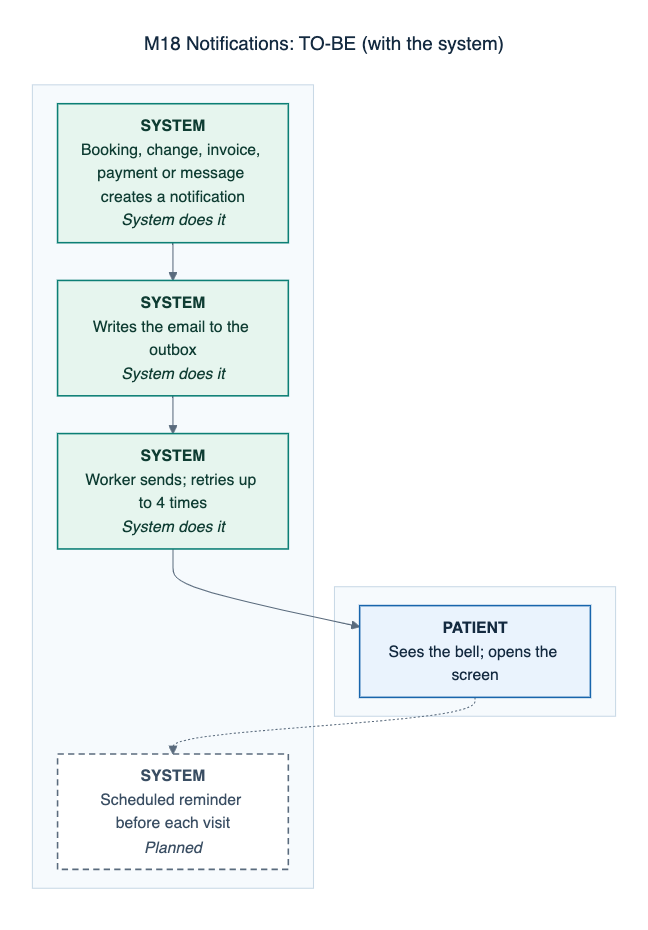
Earlier version of the Mermaid export docs/defense/diagrams/png/M18-notifications-to-be.png (0phem/multibranch-dental-clinic). Its source is kept beside it as docs/defense/diagrams/M18-notifications-to-be.mmd. The source it was exported from:
```mermaid
---
title: "M18 Notifications: TO-BE (with the system)"
---
flowchart TB
    subgraph L0[" "]
    direction LR
      S3["<b>PATIENT</b><br/>Sees the bell; opens the screen"]:::manual
    end
    subgraph L4[" "]
    direction LR
      S0["<b>SYSTEM</b><br/>Booking, change, invoice, payment or message creates a notification<br/><i>System does it</i>"]:::auto
      S1["<b>SYSTEM</b><br/>Writes the email to the outbox<br/><i>System does it</i>"]:::auto
      S2["<b>SYSTEM</b><br/>Worker sends; retries up to 4 times<br/><i>System does it</i>"]:::auto
      S4["<b>SYSTEM</b><br/>Scheduled reminder before each visit<br/><i>Planned</i>"]:::planned
    end
    S0 --> S1
    S1 --> S2
    S2 --> S3
    S3 -.-> S4
    classDef cited fill:#eaf3fd,stroke:#1865ac,color:#142a40,stroke-width:1.5px
    classDef confirm fill:#fffaf0,stroke:#b26a00,color:#5e3c00,stroke-width:1.5px,stroke-dasharray:6 4
    classDef auto fill:#e6f5ee,stroke:#0c7f75,color:#0f3d33,stroke-width:1.5px
    classDef manual fill:#eaf3fd,stroke:#1865ac,color:#142a40,stroke-width:1.5px
    classDef mock fill:#f3f5f7,stroke:#5a6b7d,color:#3a4e63,stroke-width:1.5px,stroke-dasharray:3 3
    classDef planned fill:#ffffff,stroke:#5a6b7d,color:#3a4e63,stroke-width:1.5px,stroke-dasharray:6 4
```
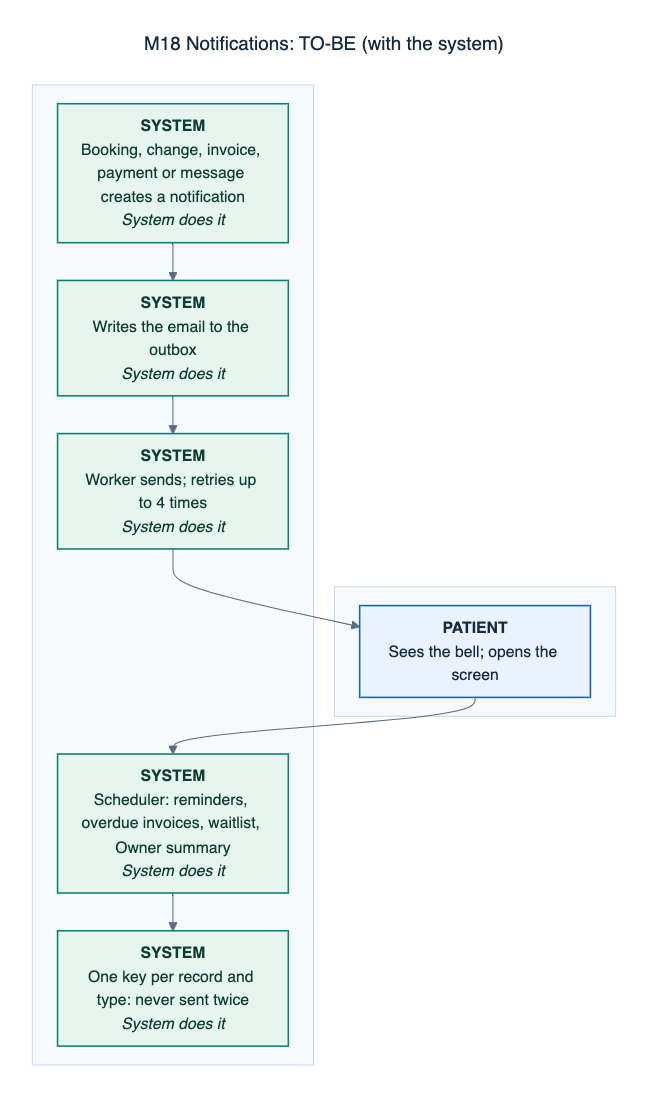
After the change.

What changed in the source:
```diff
@@ -11,12 +11,14 @@
       S0["<b>SYSTEM</b><br/>Booking, change, invoice, payment or message creates a notification<br/><i>System does it</i>"]:::auto
       S1["<b>SYSTEM</b><br/>Writes the email to the outbox<br/><i>System does it</i>"]:::auto
       S2["<b>SYSTEM</b><br/>Worker sends; retries up to 4 times<br/><i>System does it</i>"]:::auto
-      S4["<b>SYSTEM</b><br/>Scheduled reminder before each visit<br/><i>Planned</i>"]:::planned
+      S4["<b>SYSTEM</b><br/>Scheduler: reminders, overdue invoices, waitlist, Owner summary<br/><i>System does it</i>"]:::auto
+      S5["<b>SYSTEM</b><br/>One key per record and type: never sent twice<br/><i>System does it</i>"]:::auto
     end
     S0 --> S1
     S1 --> S2
     S2 --> S3
-    S3 -.-> S4
+    S3 --> S4
+    S4 --> S5
     classDef cited fill:#eaf3fd,stroke:#1865ac,color:#142a40,stroke-width:1.5px
     classDef confirm fill:#fffaf0,stroke:#b26a00,color:#5e3c00,stroke-width:1.5px,stroke-dasharray:6 4
     classDef auto fill:#e6f5ee,stroke:#0c7f75,color:#0f3d33,stroke-width:1.5px
```
